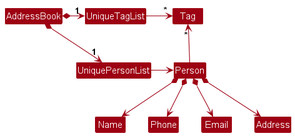
The PlantUML diagram docs/images/BetterModelClassDiagram.png in nus-cs2103-AY2324S2/tp, before a commit.
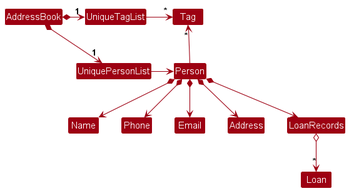
After the change.

Commit message:
Update model and better model diagrams

The edit, as a diff of the source:
```diff
@@ -18,4 +18,6 @@
 Person *--> Phone
 Person *--> Email
 Person *--> Address
+Person *--> LoanRecords
+LoanRecords o-->"*" Loan
 @enduml
```
